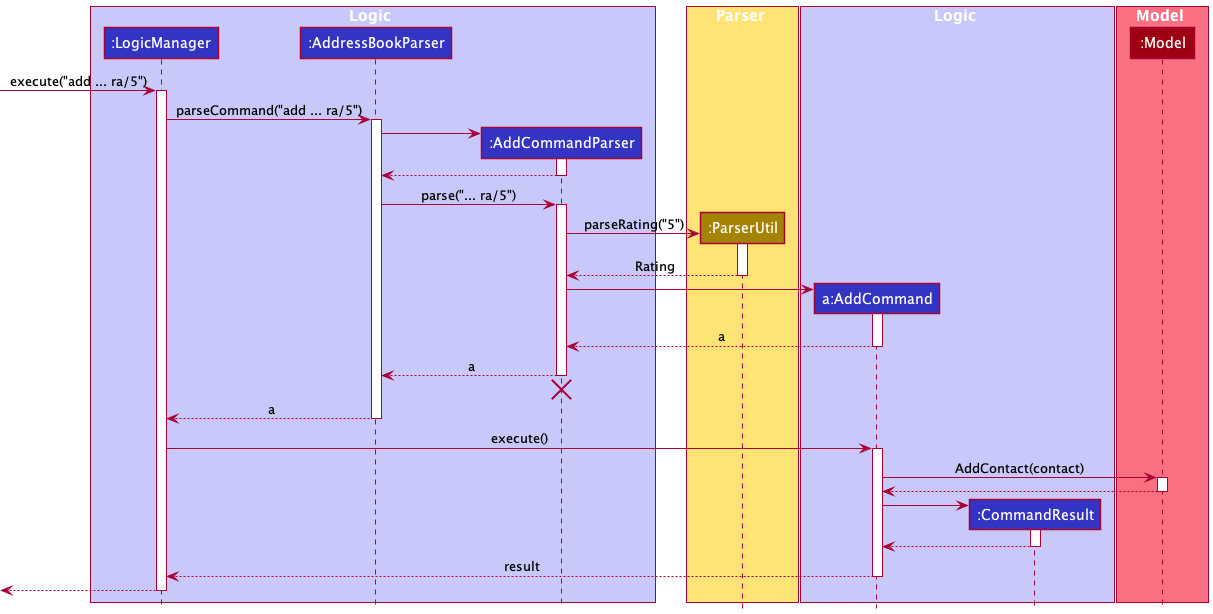
nus-cs2103-AY2122S1/tp keeps this PlantUML diagram as docs/images/RatingSequenceDiagram.png. Above is the earlier version.
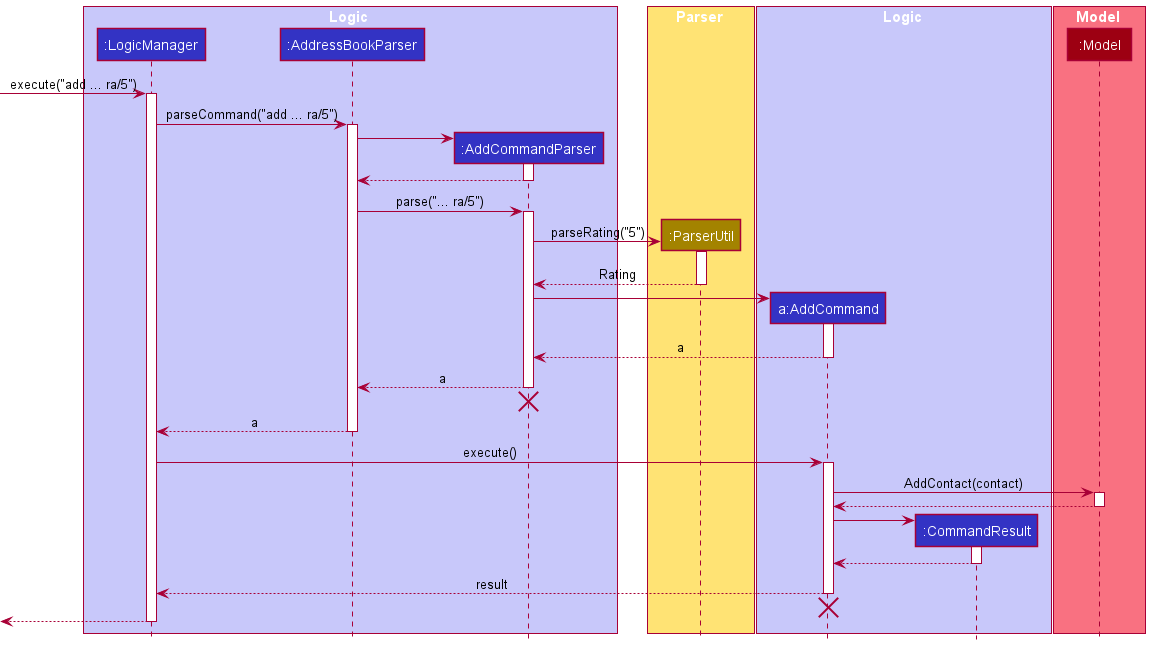
The same diagram one commit later.

The edit, as a diff of the source:
```diff
@@ -76,6 +76,8 @@
 
 AddCommand --> LogicManager : result
 deactivate AddCommand
+AddCommand -[hidden]-> LogicManager
+destroy AddCommand
 
 [<--LogicManager
 deactivate LogicManager
```
